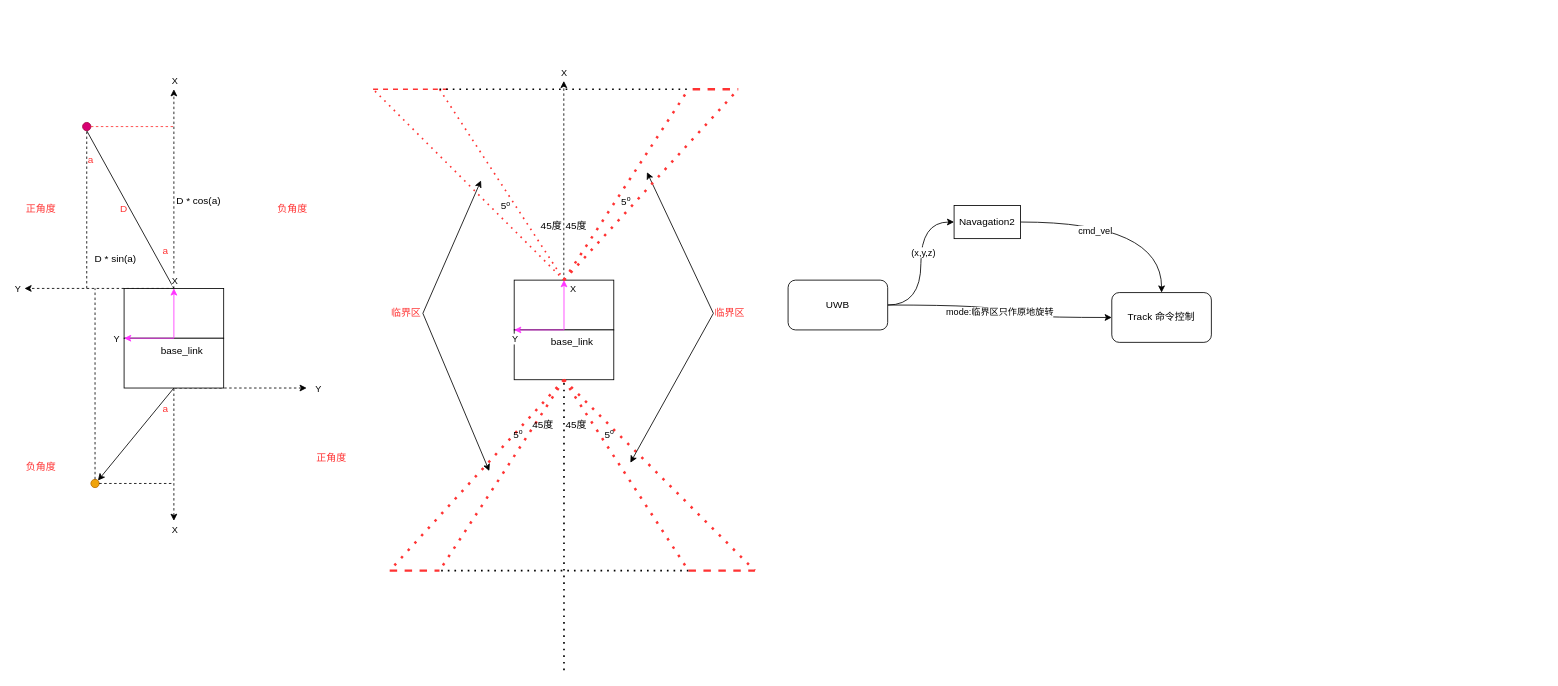
Before: WorkSpace/ObjectTrack/UWB.drawio in mailonghua/drawio, a draw.io diagram. Source tidied: cells renumbered, new cells numbered last; positions are measured from the earlier drawing's top-left corner, leaving out a move shared by most shapes. Both pictures are drawn from the tidied source at 83%, with x=0, y=0 at pixel (16, 81).
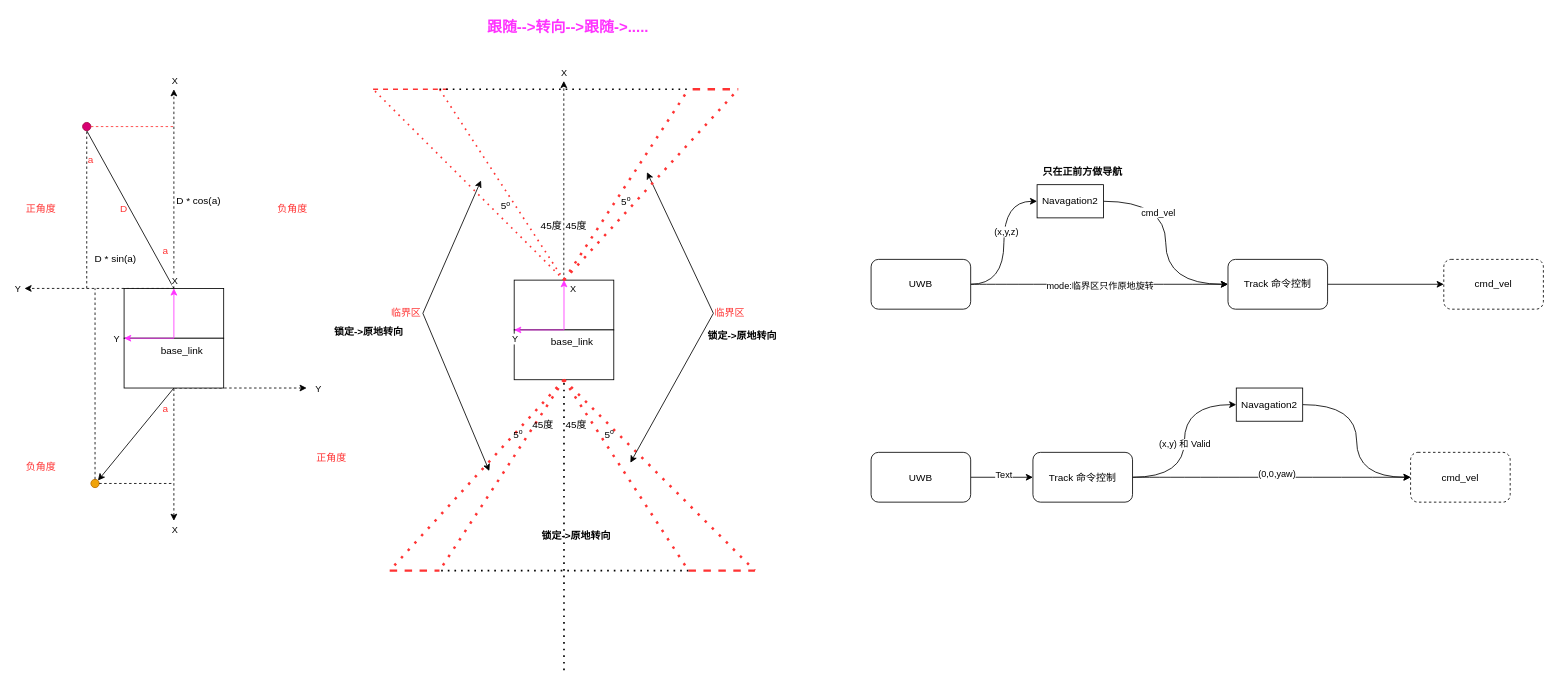
After the change.

Change to the diagram source:
```diff
@@
-    <mxCell id="66" style="edgeStyle=orthogonalEdgeStyle;curved=1;rounded=0;jettySize=auto;html=1;exitX=1;exitY=0.5;exitDx=0;exitDy=0;entryX=0.5;entryY=0;entryDx=0;entryDy=0;" parent="1" edge="1" source="68" target="69">
+    <mxCell id="66" style="edgeStyle=orthogonalEdgeStyle;curved=1;rounded=0;jettySize=auto;html=1;exitX=1;exitY=0.5;exitDx=0;exitDy=0;entryX=0;entryY=0.5;entryDx=0;entryDy=0;" parent="1" edge="1" source="68" target="69">
       <mxGeometry relative="1" as="geometry" />
     </mxCell>
@@
     <mxCell id="68" value="Navagation2" style="rounded=0;whiteSpace=wrap;html=1;" parent="1" vertex="1">
-      <mxGeometry x="1130" y="150" width="80" height="40" as="geometry" />
+      <mxGeometry x="1230" y="125" width="80" height="40" as="geometry" />
     </mxCell>
+    <mxCell id="90" style="edgeStyle=none;rounded=0;jettySize=auto;html=1;exitX=1;exitY=0.5;exitDx=0;exitDy=0;entryX=0;entryY=0.5;entryDx=0;entryDy=0;" parent="1" edge="1" source="69" target="107">
+      <mxGeometry relative="1" as="geometry" />
+    </mxCell>
     <mxCell id="69" value="Track 命令控制" style="rounded=1;whiteSpace=wrap;html=1;" parent="1" vertex="1">
-      <mxGeometry x="1320" y="255" width="120" height="60" as="geometry" />
+      <mxGeometry x="1460" y="215" width="120" height="60" as="geometry" />
     </mxCell>
@@
     <mxCell id="74" value="UWB" style="rounded=1;whiteSpace=wrap;html=1;" parent="1" vertex="1">
-      <mxGeometry x="930" y="240" width="120" height="60" as="geometry" />
+      <mxGeometry x="1030" y="215" width="120" height="60" as="geometry" />
     </mxCell>
@@
+    <mxCell id="91" value="只在正前方做导航" style="text;html=1;whiteSpace=wrap;strokeColor=none;fillColor=none;align=center;verticalAlign=middle;rounded=0;fontStyle=1;" parent="1" vertex="1">
+      <mxGeometry x="1220" y="95" width="130" height="30" as="geometry" />
+    </mxCell>
+    <mxCell id="92" value="跟随--&amp;gt;转向--&amp;gt;跟随-&amp;gt;....." style="text;html=1;whiteSpace=wrap;strokeColor=none;fillColor=none;align=center;verticalAlign=middle;rounded=0;fontSize=18;fontStyle=1;fontColor=#FF33FF;" parent="1" vertex="1">
+      <mxGeometry x="490" y="-80" width="350" height="30" as="geometry" />
+    </mxCell>
+    <mxCell id="93" value="锁定-&amp;gt;原地转向&lt;div&gt;&lt;br&gt;&lt;/div&gt;" style="text;html=1;whiteSpace=wrap;strokeColor=none;fillColor=none;align=center;verticalAlign=middle;rounded=0;fontStyle=1;" parent="1" vertex="1">
+      <mxGeometry x="830" y="300" width="90" height="30" as="geometry" />
+    </mxCell>
+    <mxCell id="94" value="锁定-&amp;gt;原地转向&lt;div&gt;&lt;br&gt;&lt;/div&gt;" style="text;html=1;whiteSpace=wrap;strokeColor=none;fillColor=none;align=center;verticalAlign=middle;rounded=0;fontStyle=1;" parent="1" vertex="1">
+      <mxGeometry x="630" y="540" width="90" height="30" as="geometry" />
+    </mxCell>
+    <mxCell id="95" value="锁定-&amp;gt;原地转向&lt;div&gt;&lt;br&gt;&lt;/div&gt;" style="text;html=1;whiteSpace=wrap;strokeColor=none;fillColor=none;align=center;verticalAlign=middle;rounded=0;fontStyle=1;" parent="1" vertex="1">
+      <mxGeometry x="380" y="295" width="90" height="30" as="geometry" />
+    </mxCell>
+    <mxCell id="96" style="edgeStyle=none;rounded=0;jettySize=auto;html=1;exitX=1;exitY=0.5;exitDx=0;exitDy=0;entryX=0;entryY=0.5;entryDx=0;entryDy=0;" parent="1" edge="1" source="98" target="103">
+      <mxGeometry relative="1" as="geometry" />
+    </mxCell>
+    <mxCell id="97" value="Text" style="edgeLabel;html=1;align=center;verticalAlign=middle;" parent="96" vertex="1">
+      <mxGeometry x="0.03" y="3" relative="1" as="geometry" />
+    </mxCell>
+    <mxCell id="98" value="UWB" style="rounded=1;whiteSpace=wrap;html=1;" parent="1" vertex="1">
+      <mxGeometry x="1030" y="447.5" width="120" height="60" as="geometry" />
+    </mxCell>
+    <mxCell id="99" style="edgeStyle=orthogonalEdgeStyle;rounded=0;jettySize=auto;html=1;exitX=1;exitY=0.5;exitDx=0;exitDy=0;entryX=0;entryY=0.5;entryDx=0;entryDy=0;curved=1;" parent="1" edge="1" source="103" target="105">
+      <mxGeometry relative="1" as="geometry" />
+    </mxCell>
+    <mxCell id="100" value="(x,y) 和 Valid" style="edgeLabel;html=1;align=center;verticalAlign=middle;" parent="99" vertex="1">
+      <mxGeometry x="-0.03" relative="1" as="geometry" />
+    </mxCell>
+    <mxCell id="101" style="edgeStyle=orthogonalEdgeStyle;rounded=0;jettySize=auto;html=1;exitX=1;exitY=0.5;exitDx=0;exitDy=0;entryX=0;entryY=0.5;entryDx=0;entryDy=0;curved=1;" parent="1" edge="1" source="103" target="106">
+      <mxGeometry relative="1" as="geometry" />
+    </mxCell>
+    <mxCell id="102" value="(0,0,yaw)" style="edgeLabel;html=1;align=center;verticalAlign=middle;" parent="101" vertex="1">
+      <mxGeometry x="0.03" y="4" relative="1" as="geometry" />
+    </mxCell>
+    <mxCell id="103" value="Track 命令控制" style="rounded=1;whiteSpace=wrap;html=1;" parent="1" vertex="1">
+      <mxGeometry x="1225" y="447.5" width="120" height="60" as="geometry" />
+    </mxCell>
+    <mxCell id="104" style="edgeStyle=orthogonalEdgeStyle;rounded=0;jettySize=auto;html=1;exitX=1;exitY=0.5;exitDx=0;exitDy=0;entryX=0;entryY=0.5;entryDx=0;entryDy=0;curved=1;" parent="1" edge="1" source="105" target="106">
+      <mxGeometry relative="1" as="geometry" />
+    </mxCell>
+    <mxCell id="105" value="Navagation2" style="rounded=0;whiteSpace=wrap;html=1;" parent="1" vertex="1">
+      <mxGeometry x="1470" y="370" width="80" height="40" as="geometry" />
+    </mxCell>
+    <mxCell id="106" value="cmd_vel" style="rounded=1;whiteSpace=wrap;html=1;dashed=1;" parent="1" vertex="1">
+      <mxGeometry x="1680" y="447.5" width="120" height="60" as="geometry" />
+    </mxCell>
+    <mxCell id="107" value="cmd_vel" style="rounded=1;whiteSpace=wrap;html=1;dashed=1;" parent="1" vertex="1">
+      <mxGeometry x="1720" y="215" width="120" height="60" as="geometry" />
+    </mxCell>
```
